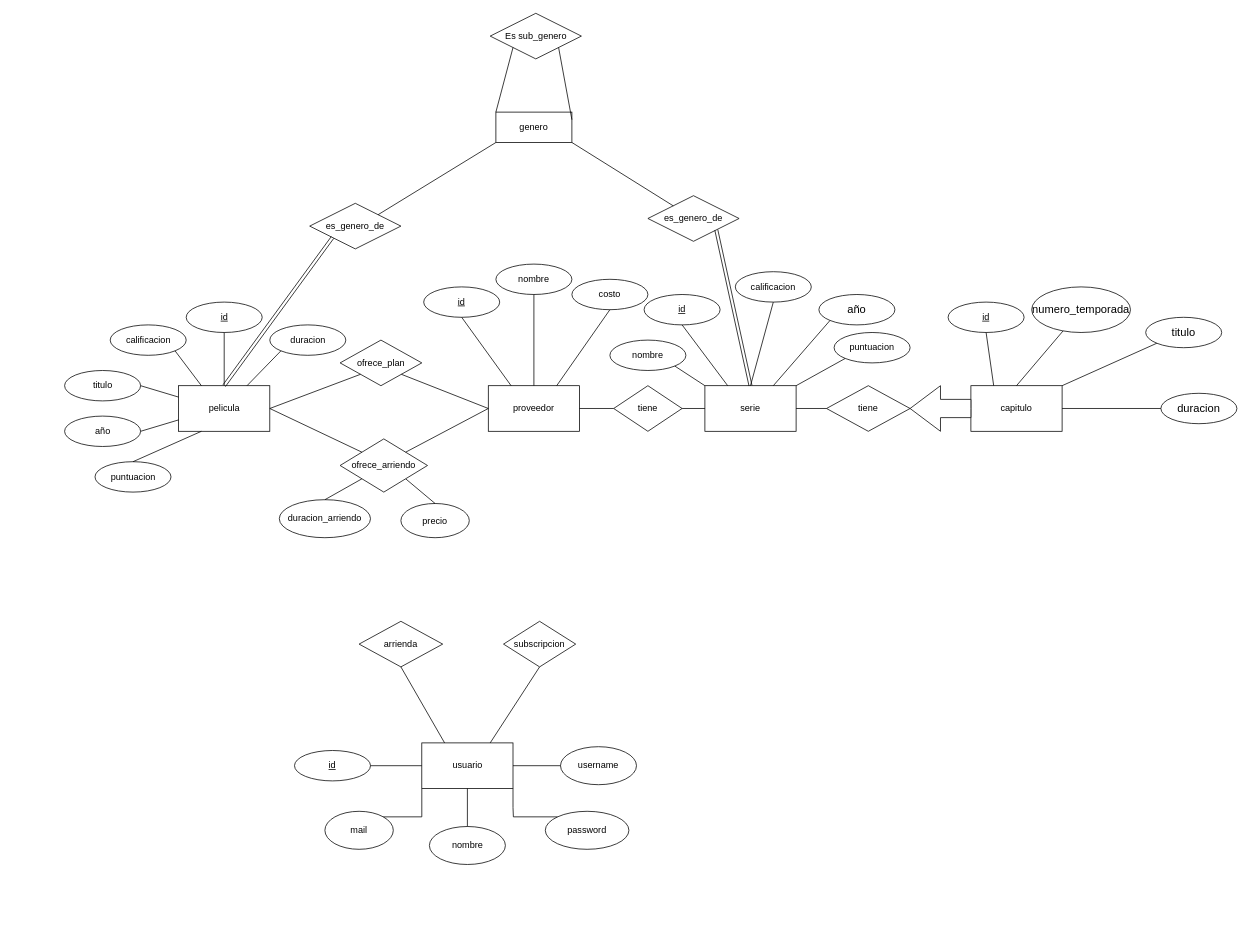
Before: Entrega_2/diagrama.drawio in Diegothx/bdd-125, a draw.io diagram. Source tidied: cells renumbered, new cells numbered last; positions are measured from the earlier drawing's top-left corner, leaving out a move shared by most shapes. Both pictures are drawn from the tidied source at 76%, with x=0, y=0 at pixel (65, 13).
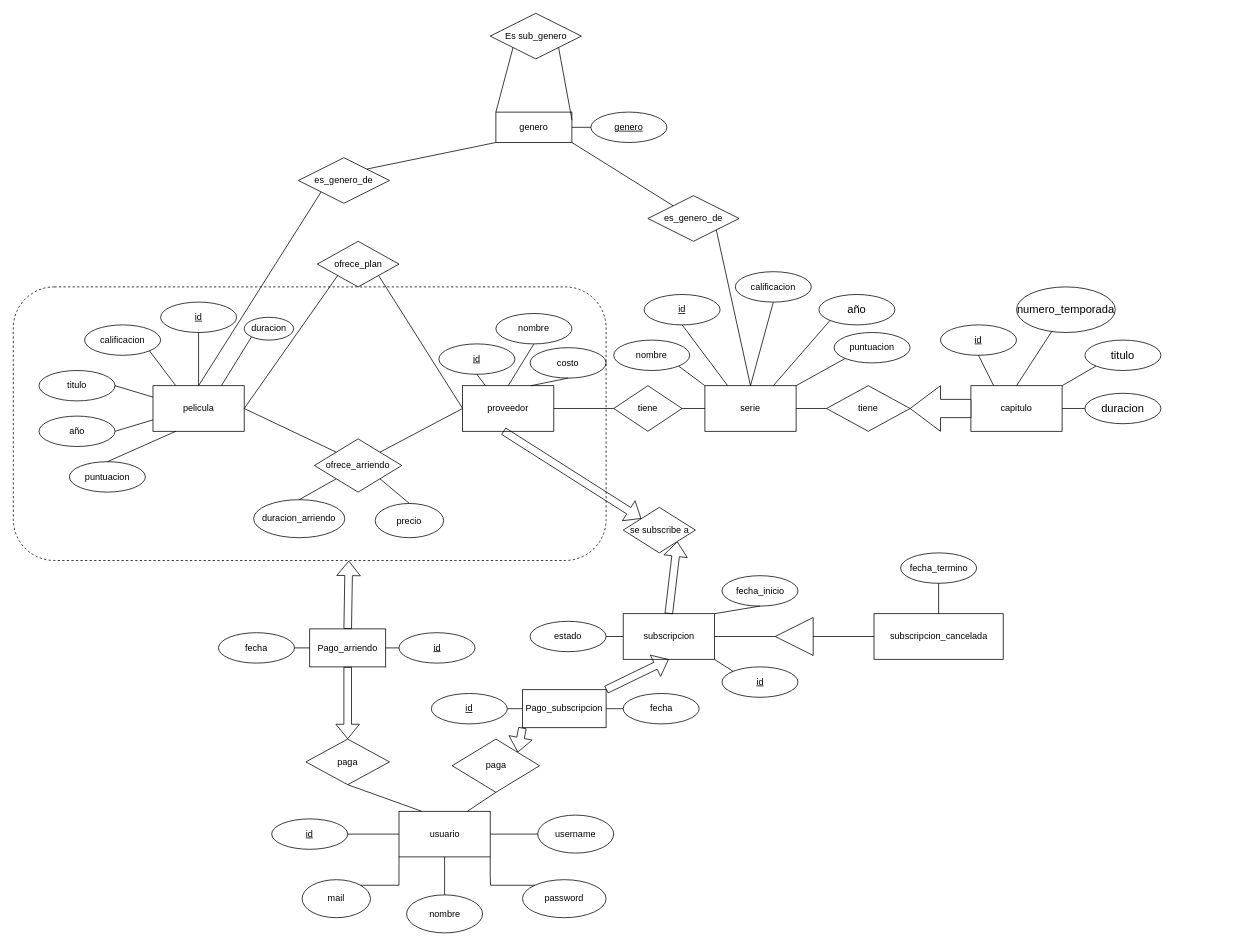
The same diagram, later.

The change refers to these unchanged cells:
```xml
<mxCell id="11" value="serie" style="rounded=0;whiteSpace=wrap;html=1;" parent="1" vertex="1">
  <mxGeometry x="842" y="490" width="120" height="60" as="geometry" />
</mxCell>
<mxCell id="59" value="capitulo" style="whiteSpace=wrap;html=1;align=center;" parent="1" vertex="1">
  <mxGeometry x="1192" y="490" width="120" height="60" as="geometry" />
</mxCell>
<mxCell id="74" value="genero" style="whiteSpace=wrap;html=1;align=center;" parent="1" vertex="1">
  <mxGeometry x="567" y="130" width="100" height="40" as="geometry" />
</mxCell>
<mxCell id="79" value="es_genero_de" style="shape=rhombus;perimeter=rhombusPerimeter;whiteSpace=wrap;html=1;align=center;" parent="1" vertex="1">
  <mxGeometry x="767" y="240" width="120" height="60" as="geometry" />
</mxCell>
```

Change to the diagram source:
```diff
@@
     <mxCell id="2" value="usuario" style="rounded=0;whiteSpace=wrap;html=1;" parent="1" vertex="1">
-      <mxGeometry x="469.5" y="960" width="120" height="60" as="geometry" />
+      <mxGeometry x="439.5" y="1050" width="120" height="60" as="geometry" />
     </mxCell>
     <mxCell id="3" value="id" style="ellipse;whiteSpace=wrap;html=1;align=center;fontStyle=4;" parent="1" vertex="1">
-      <mxGeometry x="302" y="970" width="100" height="40" as="geometry" />
+      <mxGeometry x="272" y="1060" width="100" height="40" as="geometry" />
     </mxCell>
@@
     <mxCell id="5" value="pelicula" style="rounded=0;whiteSpace=wrap;html=1;" parent="1" vertex="1">
-      <mxGeometry x="149.5" y="490" width="120" height="60" as="geometry" />
+      <mxGeometry x="115.8" y="490" width="120" height="60" as="geometry" />
     </mxCell>
     <mxCell id="6" value="id" style="ellipse;whiteSpace=wrap;html=1;align=center;fontStyle=4;" parent="1" vertex="1">
-      <mxGeometry x="159.5" y="380" width="100" height="40" as="geometry" />
+      <mxGeometry x="125.8" y="380" width="100" height="40" as="geometry" />
     </mxCell>
@@
     <mxCell id="8" value="proveedor" style="rounded=0;whiteSpace=wrap;html=1;" parent="1" vertex="1">
-      <mxGeometry x="557" y="490" width="120" height="60" as="geometry" />
+      <mxGeometry x="523.2" y="490" width="120" height="60" as="geometry" />
     </mxCell>
     <mxCell id="9" value="id" style="ellipse;whiteSpace=wrap;html=1;align=center;fontStyle=4;" parent="1" vertex="1">
-      <mxGeometry x="472" y="360" width="100" height="40" as="geometry" />
+      <mxGeometry x="492" y="435" width="100" height="40" as="geometry" />
     </mxCell>
@@
     <mxCell id="14" value="ofrece_plan" style="shape=rhombus;perimeter=rhombusPerimeter;whiteSpace=wrap;html=1;align=center;" parent="1" vertex="1">
-      <mxGeometry x="362" y="430" width="107.5" height="60" as="geometry" />
+      <mxGeometry x="332" y="300" width="107.5" height="60" as="geometry" />
     </mxCell>
@@
-    <mxCell id="20" value="subscripcion" style="shape=rhombus;perimeter=rhombusPerimeter;whiteSpace=wrap;html=1;align=center;" parent="1" vertex="1">
-      <mxGeometry x="577" y="800" width="95" height="60" as="geometry" />
+    <mxCell id="20" value="paga" style="shape=rhombus;perimeter=rhombusPerimeter;whiteSpace=wrap;html=1;align=center;" parent="1" vertex="1">
+      <mxGeometry x="509.5" y="955" width="115" height="70" as="geometry" />
     </mxCell>
@@
     <mxCell id="22" value="nombre" style="ellipse;whiteSpace=wrap;html=1;" parent="1" vertex="1">
-      <mxGeometry x="479.5" y="1070" width="100" height="50" as="geometry" />
+      <mxGeometry x="449.5" y="1160" width="100" height="50" as="geometry" />
     </mxCell>
     <mxCell id="23" value="mail" style="ellipse;whiteSpace=wrap;html=1;" parent="1" vertex="1">
-      <mxGeometry x="342" y="1050" width="90" height="50" as="geometry" />
+      <mxGeometry x="312" y="1140" width="90" height="50" as="geometry" />
     </mxCell>
     <mxCell id="24" value="password" style="ellipse;whiteSpace=wrap;html=1;" parent="1" vertex="1">
-      <mxGeometry x="632" y="1050" width="110" height="50" as="geometry" />
+      <mxGeometry x="602" y="1140" width="110" height="50" as="geometry" />
     </mxCell>
     <mxCell id="25" value="username" style="ellipse;whiteSpace=wrap;html=1;" parent="1" vertex="1">
-      <mxGeometry x="652" y="965" width="100" height="50" as="geometry" />
+      <mxGeometry x="622" y="1055" width="100" height="50" as="geometry" />
     </mxCell>
@@
     <mxCell id="29" style="endArrow=none;html=1;rounded=0;edgeStyle=orthogonalEdgeStyle;exitX=1;exitY=1;exitDx=0;exitDy=0;entryX=0;entryY=0;entryDx=0;entryDy=0;" parent="1" edge="1" source="2" target="24">
       <mxGeometry relative="1" as="geometry">
         <Array as="points">
-          <mxPoint x="590" y="1045" />
-          <mxPoint x="590" y="1077" />
+          <mxPoint x="560" y="1135" />
+          <mxPoint x="560" y="1167" />
         </Array>
       </mxGeometry>
     </mxCell>
     <mxCell id="30" value="duracion" style="ellipse;whiteSpace=wrap;html=1;align=center;" parent="1" vertex="1">
-      <mxGeometry x="269.5" y="410" width="100" height="40" as="geometry" />
+      <mxGeometry x="235.8" y="400" width="65" height="30" as="geometry" />
     </mxCell>
     <mxCell id="31" value="calificacion" style="ellipse;whiteSpace=wrap;html=1;align=center;" parent="1" vertex="1">
-      <mxGeometry x="59.5" y="410" width="100" height="40" as="geometry" />
+      <mxGeometry x="25.8" y="410" width="100" height="40" as="geometry" />
     </mxCell>
     <mxCell id="32" value="año" style="ellipse;whiteSpace=wrap;html=1;align=center;" parent="1" vertex="1">
-      <mxGeometry x="-0.5" y="530" width="100" height="40" as="geometry" />
+      <mxGeometry x="-34.2" y="530" width="100" height="40" as="geometry" />
     </mxCell>
     <mxCell id="33" value="puntuacion" style="ellipse;whiteSpace=wrap;html=1;align=center;" parent="1" vertex="1">
-      <mxGeometry x="39.5" y="590" width="100" height="40" as="geometry" />
+      <mxGeometry x="5.8" y="590" width="100" height="40" as="geometry" />
     </mxCell>
     <mxCell id="34" value="titulo" style="ellipse;whiteSpace=wrap;html=1;align=center;" parent="1" vertex="1">
-      <mxGeometry x="-0.5" y="470" width="100" height="40" as="geometry" />
+      <mxGeometry x="-34.2" y="470" width="100" height="40" as="geometry" />
     </mxCell>
@@
     <mxCell id="42" value="nombre" style="ellipse;whiteSpace=wrap;html=1;align=center;" parent="1" vertex="1">
-      <mxGeometry x="717" y="430" width="100" height="40" as="geometry" />
+      <mxGeometry x="722" y="430" width="100" height="40" as="geometry" />
     </mxCell>
@@
     <mxCell id="46" value="nombre" style="ellipse;whiteSpace=wrap;html=1;align=center;" parent="1" vertex="1">
-      <mxGeometry x="567" y="330" width="100" height="40" as="geometry" />
+      <mxGeometry x="567" y="395" width="100" height="40" as="geometry" />
     </mxCell>
@@
     <mxCell id="48" value="costo" style="ellipse;whiteSpace=wrap;html=1;align=center;" parent="1" vertex="1">
-      <mxGeometry x="667" y="350" width="100" height="40" as="geometry" />
+      <mxGeometry x="612" y="440" width="100" height="40" as="geometry" />
     </mxCell>
@@
     <mxCell id="50" value="precio" style="ellipse;whiteSpace=wrap;html=1;align=center;" parent="1" vertex="1">
-      <mxGeometry x="442" y="645" width="90" height="45" as="geometry" />
+      <mxGeometry x="408.2" y="645" width="90" height="45" as="geometry" />
     </mxCell>
     <mxCell id="51" value="duracion_arriendo" style="ellipse;whiteSpace=wrap;html=1;align=center;" parent="1" vertex="1">
-      <mxGeometry x="282" y="640" width="120" height="50" as="geometry" />
+      <mxGeometry x="248.2" y="640" width="120" height="50" as="geometry" />
     </mxCell>
@@
     <mxCell id="54" value="ofrece_arriendo" style="rhombus;whiteSpace=wrap;html=1;" parent="1" vertex="1">
-      <mxGeometry x="362" y="560" width="115" height="70" as="geometry" />
+      <mxGeometry x="328.2" y="560" width="115" height="70" as="geometry" />
     </mxCell>
@@
-    <mxCell id="57" value="arrienda" style="rhombus;whiteSpace=wrap;html=1;" parent="1" vertex="1">
-      <mxGeometry x="387" y="800" width="110" height="60" as="geometry" />
+    <mxCell id="57" value="paga" style="rhombus;whiteSpace=wrap;html=1;" parent="1" vertex="1">
+      <mxGeometry x="317" y="955" width="110" height="60" as="geometry" />
     </mxCell>
@@
     <mxCell id="64" value="id" style="ellipse;whiteSpace=wrap;html=1;align=center;fontStyle=4;" parent="1" vertex="1">
-      <mxGeometry x="1162" y="380" width="100" height="40" as="geometry" />
+      <mxGeometry x="1152" y="410" width="100" height="40" as="geometry" />
     </mxCell>
-    <mxCell id="65" style="endArrow=none;html=1;rounded=0;entryX=0.25;entryY=0;entryDx=0;entryDy=0;" parent="1" edge="1" target="59">
-      <mxGeometry relative="1" as="geometry">
-        <mxPoint x="1212" y="420" as="sourcePoint" />
-      </mxGeometry>
+    <mxCell id="65" style="endArrow=none;html=1;rounded=0;entryX=0.25;entryY=0;entryDx=0;entryDy=0;exitX=0.5;exitY=1;exitDx=0;exitDy=0;" parent="1" edge="1" source="64" target="59">
+      <mxGeometry relative="1" as="geometry" />
     </mxCell>
     <mxCell id="66" value="&lt;span style=&quot;font-size: 11.0pt ; line-height: 107% ; font-family: &amp;#34;calibri&amp;#34; , sans-serif&quot;&gt;numero_temporada&lt;/span&gt;" style="ellipse;whiteSpace=wrap;html=1;align=center;" parent="1" vertex="1">
-      <mxGeometry x="1272" y="360" width="130" height="60" as="geometry" />
+      <mxGeometry x="1252" y="360" width="130" height="60" as="geometry" />
     </mxCell>
     <mxCell id="67" value="&lt;span style=&quot;font-size: 11.0pt ; line-height: 107% ; font-family: &amp;#34;calibri&amp;#34; , sans-serif&quot;&gt;titulo&lt;/span&gt;" style="ellipse;whiteSpace=wrap;html=1;align=center;" parent="1" vertex="1">
-      <mxGeometry x="1422" y="400" width="100" height="40" as="geometry" />
+      <mxGeometry x="1342" y="430" width="100" height="40" as="geometry" />
     </mxCell>
@@
     <mxCell id="69" value="&lt;span style=&quot;font-size: 11.0pt ; line-height: 107% ; font-family: &amp;#34;calibri&amp;#34; , sans-serif&quot;&gt;duracion&lt;/span&gt;" style="ellipse;whiteSpace=wrap;html=1;align=center;" parent="1" vertex="1">
-      <mxGeometry x="1442" y="500" width="100" height="40" as="geometry" />
+      <mxGeometry x="1342" y="500" width="100" height="40" as="geometry" />
     </mxCell>
@@
     <mxCell id="78" value="es_genero_de" style="shape=rhombus;perimeter=rhombusPerimeter;whiteSpace=wrap;html=1;align=center;" parent="1" vertex="1">
-      <mxGeometry x="322" y="250" width="120" height="60" as="geometry" />
+      <mxGeometry x="307" y="190" width="120" height="60" as="geometry" />
     </mxCell>
@@
-    <mxCell id="82" style="endArrow=none;html=1;rounded=0;entryX=1;entryY=1;entryDx=0;entryDy=0;exitX=0.5;exitY=0;exitDx=0;exitDy=0;shape=link;" parent="1" edge="1" source="11" target="79">
+    <mxCell id="82" style="endArrow=none;html=1;rounded=0;entryX=1;entryY=1;entryDx=0;entryDy=0;exitX=0.5;exitY=0;exitDx=0;exitDy=0;" parent="1" edge="1" source="11" target="79">
       <mxGeometry relative="1" as="geometry" />
     </mxCell>
-    <mxCell id="83" style="endArrow=none;html=1;rounded=0;entryX=0;entryY=1;entryDx=0;entryDy=0;exitX=0.5;exitY=0;exitDx=0;exitDy=0;shape=link;" parent="1" edge="1" source="5" target="78">
+    <mxCell id="83" style="endArrow=none;html=1;rounded=0;entryX=0;entryY=1;entryDx=0;entryDy=0;exitX=0.5;exitY=0;exitDx=0;exitDy=0;" parent="1" edge="1" source="5" target="78">
       <mxGeometry relative="1" as="geometry" />
     </mxCell>
+    <mxCell id="84" value="&lt;span&gt;subscripcion&lt;/span&gt;" style="rounded=0;whiteSpace=wrap;html=1;" parent="1" vertex="1">
+      <mxGeometry x="734.5" y="790" width="120" height="60" as="geometry" />
+    </mxCell>
+    <mxCell id="85" value="subscripcion_cancelada" style="rounded=0;whiteSpace=wrap;html=1;" parent="1" vertex="1">
+      <mxGeometry x="1064.5" y="790" width="170" height="60" as="geometry" />
+    </mxCell>
+    <mxCell id="86" style="triangle;whiteSpace=wrap;html=1;rotation=-180;" parent="1" vertex="1">
+      <mxGeometry x="934.5" y="795" width="50" height="50" as="geometry" />
+    </mxCell>
+    <mxCell id="87" style="shape=flexArrow;endArrow=classic;html=1;rounded=0;exitX=0.5;exitY=0;exitDx=0;exitDy=0;entryX=1;entryY=1;entryDx=0;entryDy=0;" parent="1" edge="1" source="84" target="88">
+      <mxGeometry relative="1" as="geometry" />
+    </mxCell>
+    <mxCell id="88" value="se subscribe a" style="shape=rhombus;perimeter=rhombusPerimeter;whiteSpace=wrap;html=1;align=center;" parent="1" vertex="1">
+      <mxGeometry x="734.5" y="650" width="95" height="60" as="geometry" />
+    </mxCell>
+    <mxCell id="89" value="id" style="ellipse;whiteSpace=wrap;html=1;align=center;fontStyle=4;" parent="1" vertex="1">
+      <mxGeometry x="864.5" y="860" width="100" height="40" as="geometry" />
+    </mxCell>
+    <mxCell id="90" style="endArrow=none;html=1;rounded=0;exitX=1;exitY=1;exitDx=0;exitDy=0;entryX=0;entryY=0;entryDx=0;entryDy=0;" parent="1" edge="1" source="84" target="89">
+      <mxGeometry relative="1" as="geometry" />
+    </mxCell>
+    <mxCell id="91" value="fecha_termino" style="ellipse;whiteSpace=wrap;html=1;align=center;" parent="1" vertex="1">
+      <mxGeometry x="1099.5" y="710" width="100" height="40" as="geometry" />
+    </mxCell>
+    <mxCell id="92" style="endArrow=none;html=1;rounded=0;exitX=0.5;exitY=0;exitDx=0;exitDy=0;entryX=0.5;entryY=1;entryDx=0;entryDy=0;" parent="1" edge="1" source="85" target="91">
+      <mxGeometry relative="1" as="geometry" />
+    </mxCell>
+    <mxCell id="93" value="fecha_inicio" style="ellipse;whiteSpace=wrap;html=1;align=center;" parent="1" vertex="1">
+      <mxGeometry x="864.5" y="740" width="100" height="40" as="geometry" />
+    </mxCell>
+    <mxCell id="94" style="endArrow=none;html=1;rounded=0;exitX=1;exitY=0;exitDx=0;exitDy=0;entryX=0.5;entryY=1;entryDx=0;entryDy=0;" parent="1" edge="1" source="84" target="93">
+      <mxGeometry relative="1" as="geometry" />
+    </mxCell>
+    <mxCell id="95" value="estado" style="ellipse;whiteSpace=wrap;html=1;align=center;" parent="1" vertex="1">
+      <mxGeometry x="612" y="800" width="100" height="40" as="geometry" />
+    </mxCell>
+    <mxCell id="96" style="endArrow=none;html=1;rounded=0;exitX=1;exitY=0.5;exitDx=0;exitDy=0;entryX=0;entryY=0.5;entryDx=0;entryDy=0;" parent="1" edge="1" source="95" target="84">
+      <mxGeometry relative="1" as="geometry" />
+    </mxCell>
+    <mxCell id="97" value="Pago_subscripcion" style="whiteSpace=wrap;html=1;align=center;" parent="1" vertex="1">
+      <mxGeometry x="602" y="890" width="110" height="50" as="geometry" />
+    </mxCell>
+    <mxCell id="98" value="Pago_arriendo" style="whiteSpace=wrap;html=1;align=center;" parent="1" vertex="1">
+      <mxGeometry x="322" y="810" width="100" height="50" as="geometry" />
+    </mxCell>
+    <mxCell id="99" style="shape=flexArrow;endArrow=classic;html=1;rounded=0;entryX=0.5;entryY=0;entryDx=0;entryDy=0;exitX=0.5;exitY=1;exitDx=0;exitDy=0;" parent="1" edge="1" source="98" target="57">
+      <mxGeometry relative="1" as="geometry" />
+    </mxCell>
+    <mxCell id="100" style="shape=flexArrow;endArrow=classic;html=1;rounded=0;exitX=0;exitY=1;exitDx=0;exitDy=0;entryX=1;entryY=0;entryDx=0;entryDy=0;" parent="1" edge="1" source="97" target="20">
+      <mxGeometry relative="1" as="geometry" />
+    </mxCell>
+    <mxCell id="101" style="shape=flexArrow;endArrow=classic;html=1;rounded=0;exitX=1;exitY=0;exitDx=0;exitDy=0;entryX=0.5;entryY=1;entryDx=0;entryDy=0;" parent="1" edge="1" source="97" target="84">
+      <mxGeometry relative="1" as="geometry" />
+    </mxCell>
+    <mxCell id="102" style="rounded=1;whiteSpace=wrap;html=1;dashed=1;fillColor=none;" parent="1" vertex="1">
+      <mxGeometry x="-68" y="360" width="780" height="360" as="geometry" />
+    </mxCell>
+    <mxCell id="103" style="shape=flexArrow;endArrow=classic;html=1;rounded=0;exitX=0.5;exitY=0;exitDx=0;exitDy=0;entryX=0.566;entryY=1.001;entryDx=0;entryDy=0;entryPerimeter=0;" parent="1" edge="1" source="98" target="102">
+      <mxGeometry relative="1" as="geometry" />
+    </mxCell>
+    <mxCell id="104" value="fecha" style="ellipse;whiteSpace=wrap;html=1;align=center;fillColor=default;" parent="1" vertex="1">
+      <mxGeometry x="202" y="815" width="100" height="40" as="geometry" />
+    </mxCell>
+    <mxCell id="105" value="id" style="ellipse;whiteSpace=wrap;html=1;align=center;fontStyle=4;fillColor=default;" parent="1" vertex="1">
+      <mxGeometry x="439.5" y="815" width="100" height="40" as="geometry" />
+    </mxCell>
+    <mxCell id="106" style="endArrow=none;html=1;rounded=0;exitX=1;exitY=0.5;exitDx=0;exitDy=0;entryX=0;entryY=0.5;entryDx=0;entryDy=0;" parent="1" edge="1" source="104" target="98">
+      <mxGeometry relative="1" as="geometry" />
+    </mxCell>
+    <mxCell id="107" style="endArrow=none;html=1;rounded=0;exitX=1;exitY=0.5;exitDx=0;exitDy=0;entryX=0;entryY=0.5;entryDx=0;entryDy=0;" parent="1" edge="1" source="98" target="105">
+      <mxGeometry relative="1" as="geometry" />
+    </mxCell>
+    <mxCell id="108" value="fecha" style="ellipse;whiteSpace=wrap;html=1;align=center;fillColor=default;" parent="1" vertex="1">
+      <mxGeometry x="734.5" y="895" width="100" height="40" as="geometry" />
+    </mxCell>
+    <mxCell id="109" value="id" style="ellipse;whiteSpace=wrap;html=1;align=center;fontStyle=4;fillColor=default;" parent="1" vertex="1">
+      <mxGeometry x="482" y="895" width="100" height="40" as="geometry" />
+    </mxCell>
+    <mxCell id="110" style="endArrow=none;html=1;rounded=0;exitX=1;exitY=0.5;exitDx=0;exitDy=0;entryX=0;entryY=0.5;entryDx=0;entryDy=0;" parent="1" edge="1" source="109" target="97">
+      <mxGeometry relative="1" as="geometry" />
+    </mxCell>
+    <mxCell id="111" style="endArrow=none;html=1;rounded=0;exitX=1;exitY=0.5;exitDx=0;exitDy=0;entryX=0;entryY=0.5;entryDx=0;entryDy=0;" parent="1" edge="1" source="97" target="108">
+      <mxGeometry relative="1" as="geometry" />
+    </mxCell>
+    <mxCell id="112" style="endArrow=none;html=1;rounded=0;exitX=0;exitY=0.5;exitDx=0;exitDy=0;entryX=0;entryY=0.5;entryDx=0;entryDy=0;" parent="1" edge="1" source="86" target="85">
+      <mxGeometry relative="1" as="geometry" />
+    </mxCell>
+    <mxCell id="113" style="endArrow=none;html=1;rounded=0;exitX=1;exitY=0.5;exitDx=0;exitDy=0;entryX=1;entryY=0.5;entryDx=0;entryDy=0;" parent="1" edge="1" source="84" target="86">
+      <mxGeometry relative="1" as="geometry" />
+    </mxCell>
+    <mxCell id="114" value="genero" style="ellipse;whiteSpace=wrap;html=1;align=center;fontStyle=4;" parent="1" vertex="1">
+      <mxGeometry x="692" y="130" width="100" height="40" as="geometry" />
+    </mxCell>
+    <mxCell id="115" style="endArrow=none;html=1;rounded=0;exitX=1;exitY=0.5;exitDx=0;exitDy=0;entryX=0;entryY=0.5;entryDx=0;entryDy=0;" parent="1" edge="1" source="74" target="114">
+      <mxGeometry relative="1" as="geometry" />
+    </mxCell>
+    <mxCell id="116" style="shape=flexArrow;endArrow=classic;html=1;rounded=0;exitX=0.447;exitY=0.994;exitDx=0;exitDy=0;exitPerimeter=0;entryX=0;entryY=0;entryDx=0;entryDy=0;" parent="1" edge="1" source="8" target="88">
+      <mxGeometry relative="1" as="geometry" />
+    </mxCell>
```
